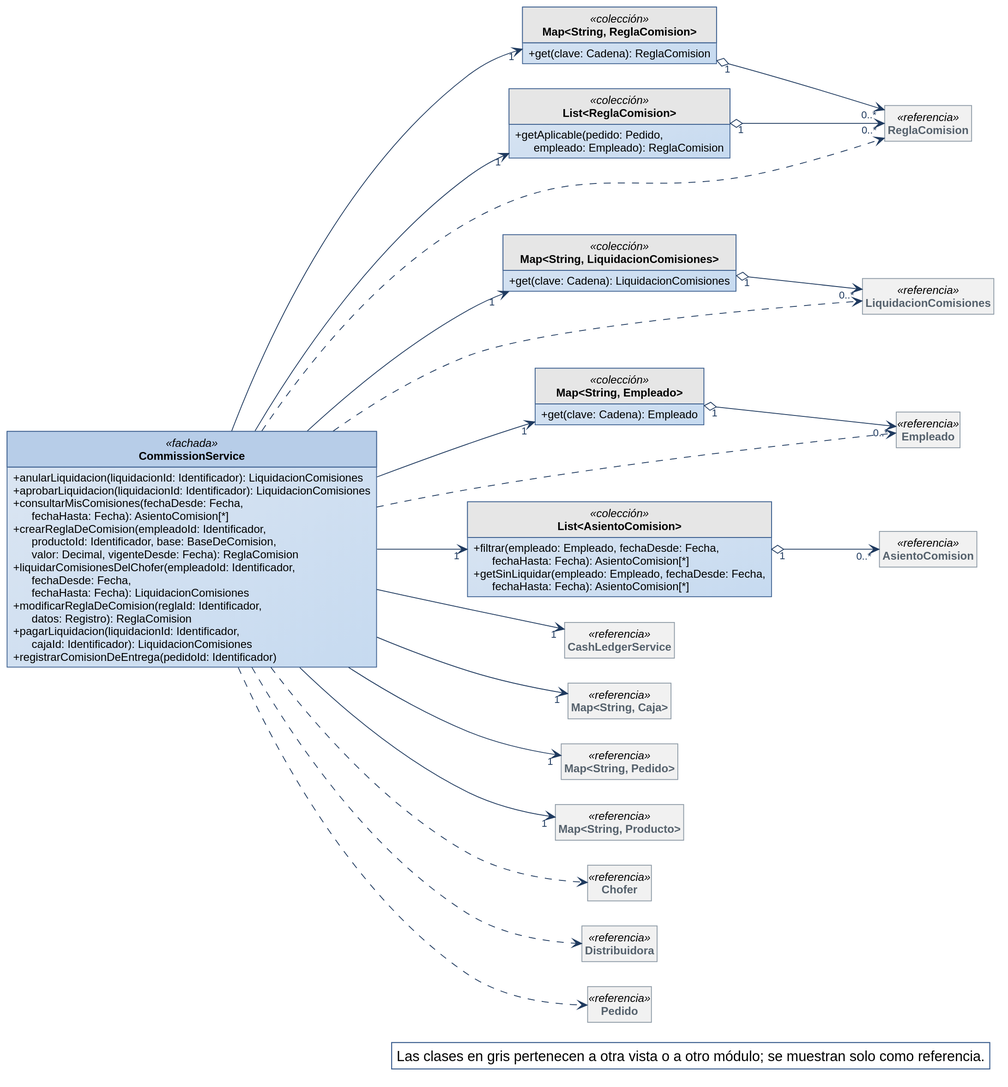
Above: diagramas/clases-diseno/DC_Mod_Comisiones.svg in Nahuelito-Dev/splg-docs (PlantUML), before the change.
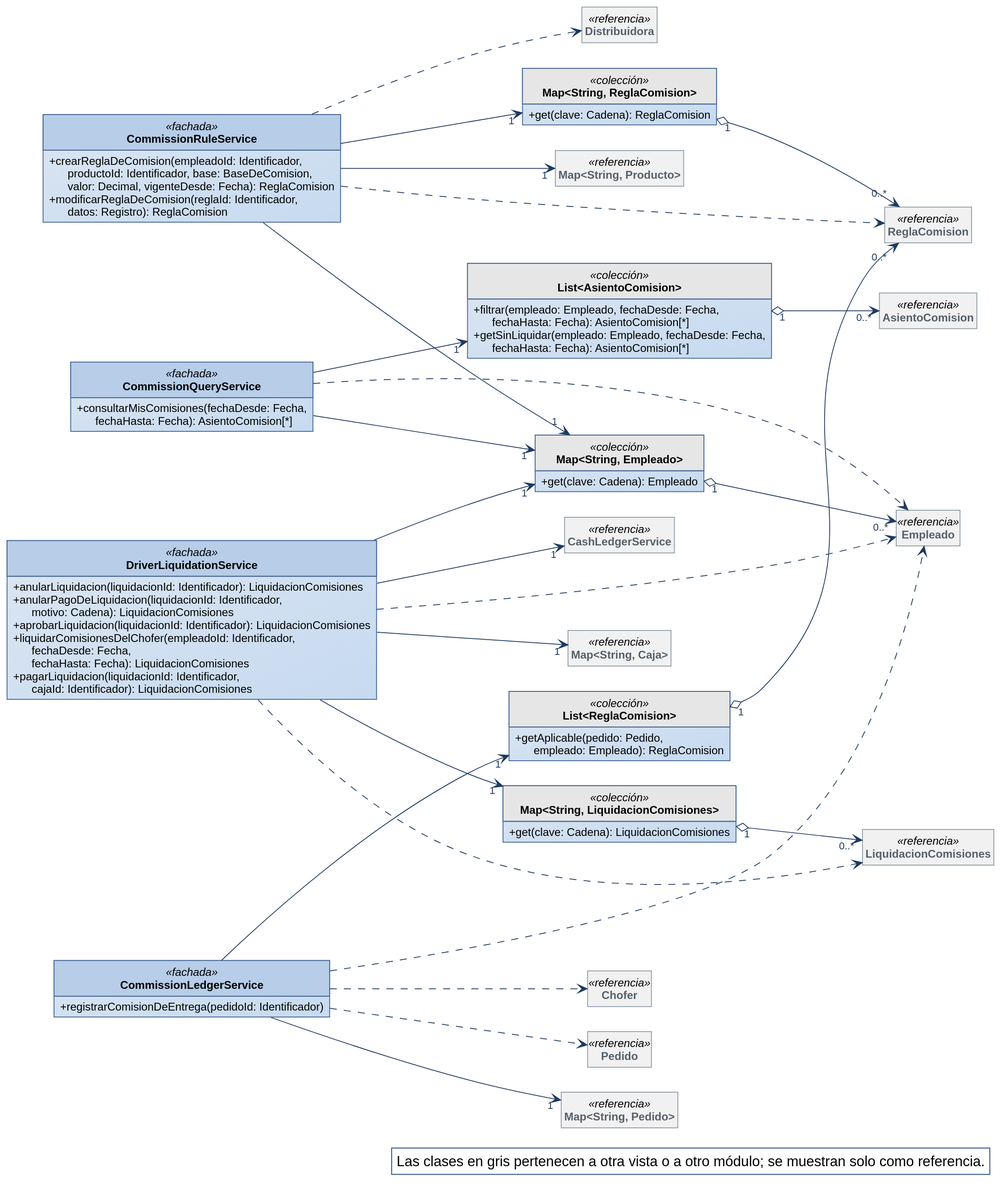
Above is the later version.

Diff of the diagram source:
```diff
@@ -30,15 +30,22 @@
 left to right direction
 skinparam nodesep 25
 skinparam ranksep 90
-class CommissionService <<fachada>> {
+class CommissionRuleService <<fachada>> {
+  + crearReglaDeComision(empleadoId: Identificador,\n      productoId: Identificador, base: BaseDeComision,\n      valor: Decimal, vigenteDesde: Fecha): ReglaComision
+  + modificarReglaDeComision(reglaId: Identificador,\n      datos: Registro): ReglaComision
+}
+class CommissionLedgerService <<fachada>> {
+  + registrarComisionDeEntrega(pedidoId: Identificador)
+}
+class DriverLiquidationService <<fachada>> {
   + anularLiquidacion(liquidacionId: Identificador): LiquidacionComisiones
+  + anularPagoDeLiquidacion(liquidacionId: Identificador,\n      motivo: Cadena): LiquidacionComisiones
   + aprobarLiquidacion(liquidacionId: Identificador): LiquidacionComisiones
+  + liquidarComisionesDelChofer(empleadoId: Identificador,\n      fechaDesde: Fecha,\n      fechaHasta: Fecha): LiquidacionComisiones
+  + pagarLiquidacion(liquidacionId: Identificador,\n      cajaId: Identificador): LiquidacionComisiones
+}
+class CommissionQueryService <<fachada>> {
   + consultarMisComisiones(fechaDesde: Fecha,\n      fechaHasta: Fecha): AsientoComision[*]
-  + crearReglaDeComision(empleadoId: Identificador,\n      productoId: Identificador, base: BaseDeComision,\n      valor: Decimal, vigenteDesde: Fecha): ReglaComision
-  + liquidarComisionesDelChofer(empleadoId: Identificador,\n      fechaDesde: Fecha,\n      fechaHasta: Fecha): LiquidacionComisiones
-  + modificarReglaDeComision(reglaId: Identificador,\n      datos: Registro): ReglaComision
-  + pagarLiquidacion(liquidacionId: Identificador,\n      cajaId: Identificador): LiquidacionComisiones
-  + registrarComisionDeEntrega(pedidoId: Identificador)
 }
 class "Map<String, ReglaComision>" as Map_String_ReglaComision <<colección>> {
   + get(clave: Cadena): ReglaComision
@@ -60,34 +67,38 @@
 class ReglaComision <<referencia>>
 class AsientoComision <<referencia>>
 class LiquidacionComisiones <<referencia>>
+class "Map<String, Pedido>" as Map_String_Pedido <<referencia>>
+class "Map<String, Producto>" as Map_String_Producto <<referencia>>
 class CashLedgerService <<referencia>>
 class "Map<String, Caja>" as Map_String_Caja <<referencia>>
-class "Map<String, Pedido>" as Map_String_Pedido <<referencia>>
-class "Map<String, Producto>" as Map_String_Producto <<referencia>>
 class Chofer <<referencia>>
+class Pedido <<referencia>>
 class Distribuidora <<referencia>>
-class Pedido <<referencia>>
 
 Map_String_Empleado "1" o--> "0..*" Empleado
 List_ReglaComision "1" o--> "0..*" ReglaComision
 List_AsientoComision "1" o--> "0..*" AsientoComision
 Map_String_LiquidacionComisiones "1" o--> "0..*" LiquidacionComisiones
 Map_String_ReglaComision "1" o--> "0..*" ReglaComision
-CommissionService --> "1" CashLedgerService
-CommissionService --> "1" List_AsientoComision
-CommissionService --> "1" List_ReglaComision
-CommissionService --> "1" Map_String_Caja
-CommissionService --> "1" Map_String_Empleado
-CommissionService --> "1" Map_String_LiquidacionComisiones
-CommissionService --> "1" Map_String_Pedido
-CommissionService --> "1" Map_String_Producto
-CommissionService --> "1" Map_String_ReglaComision
-CommissionService ..> Chofer
-CommissionService ..> Distribuidora
-CommissionService ..> Empleado
-CommissionService ..> LiquidacionComisiones
-CommissionService ..> Pedido
-CommissionService ..> ReglaComision
+CommissionLedgerService --> "1" List_ReglaComision
+CommissionLedgerService --> "1" Map_String_Pedido
+CommissionQueryService --> "1" List_AsientoComision
+CommissionQueryService --> "1" Map_String_Empleado
+CommissionRuleService --> "1" Map_String_Empleado
+CommissionRuleService --> "1" Map_String_Producto
+CommissionRuleService --> "1" Map_String_ReglaComision
+DriverLiquidationService --> "1" CashLedgerService
+DriverLiquidationService --> "1" Map_String_Caja
+DriverLiquidationService --> "1" Map_String_Empleado
+DriverLiquidationService --> "1" Map_String_LiquidacionComisiones
+CommissionLedgerService ..> Chofer
+CommissionLedgerService ..> Empleado
+CommissionLedgerService ..> Pedido
+CommissionQueryService ..> Empleado
+CommissionRuleService ..> Distribuidora
+CommissionRuleService ..> ReglaComision
+DriverLiquidationService ..> Empleado
+DriverLiquidationService ..> LiquidacionComisiones
 
 legend bottom right
   Las clases en gris pertenecen a otra vista o a otro módulo; se muestran solo como referencia.
```
